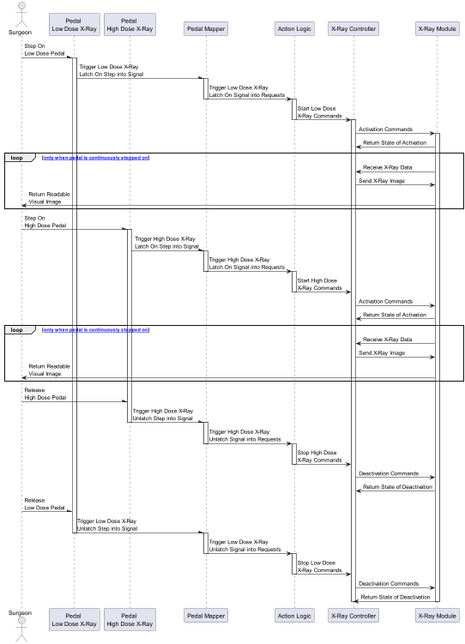
This is 4-uml/sequence-pedal-2.png from bartwc/SoftwareSystems, a PlantUML export, as it was before one commit. The source it was exported from:
```plantuml
@startuml sequence-pedal-2

actor "Surgeon" as actor_surgeon
participant "Pedal \nLow Dose X-Ray" as participant_pedal_low
participant "Pedal \nHigh Dose X-Ray" as participant_pedal_high
participant "Pedal Mapper" as participant_pedal_mapper

participant "Action Logic" as participant_act_log
participant "X-Ray Controller" as participant_xray_control

participant "X-Ray Module" as participant_xray_module

actor_surgeon -\ participant_pedal_low: Step On \nLow Dose Pedal
activate participant_pedal_low
participant_pedal_low -\ participant_pedal_mapper: Trigger Low Dose X-Ray \nLatch On Step into Signal
activate participant_pedal_mapper
participant_pedal_mapper -> participant_act_log: Trigger Low Dose X-Ray \nLatch On Signal into Requests
deactivate participant_pedal_mapper

activate participant_act_log
participant_act_log -> participant_xray_control: Start Low Dose \nX-Ray Commands
deactivate participant_act_log
activate participant_xray_control

participant_xray_control -> participant_xray_module: Activation Commands
activate participant_xray_module
participant_xray_control <- participant_xray_module: Return State of Activation

loop [[loop only when pedal is continuously stepped on]]
participant_xray_control <- participant_xray_module: Receive X-Ray Data
participant_xray_control -> participant_xray_module: Send X-Ray Image
actor_surgeon <- participant_xray_module: Return Readable \nVisual Image
end

actor_surgeon -\ participant_pedal_high: Step On \nHigh Dose Pedal
activate participant_pedal_high
participant_pedal_high -\ participant_pedal_mapper: Trigger High Dose X-Ray \nLatch On Step into Signal
activate participant_pedal_mapper
participant_pedal_mapper -> participant_act_log: Trigger High Dose X-Ray \nLatch On Signal into Requests
deactivate participant_pedal_mapper

activate participant_act_log
participant_act_log -> participant_xray_control: Start High Dose \nX-Ray Commands
deactivate participant_act_log

participant_xray_control -> participant_xray_module: Activation Commands
participant_xray_control <- participant_xray_module: Return State of Activation

loop [[loop only when pedal is continuously stepped on]]
participant_xray_control <- participant_xray_module: Receive X-Ray Data
participant_xray_control -> participant_xray_module: Send X-Ray Image
actor_surgeon <- participant_xray_module: Return Readable \nVisual Image
end

actor_surgeon -\ participant_pedal_high: Release \nHigh Dose Pedal
participant_pedal_high -\ participant_pedal_mapper: Trigger High Dose X-Ray \nUnlatch Step into Signal
deactivate participant_pedal_high
activate participant_pedal_mapper
participant_pedal_mapper -> participant_act_log: Trigger High Dose X-Ray \nUnlatch Signal into Requests
deactivate participant_pedal_mapper

activate participant_act_log
participant_act_log -> participant_xray_control: Stop High Dose \nX-Ray Commands
deactivate participant_act_log

participant_xray_control -> participant_xray_module: Deactivation Commands

participant_xray_control <- participant_xray_module: Return State of Deactivation

actor_surgeon -\ participant_pedal_low: Release \nLow Dose Pedal
participant_pedal_low -\ participant_pedal_mapper: Trigger Low Dose X-Ray \nUnlatch Step into Signal
deactivate participant_pedal_low
activate participant_pedal_mapper
participant_pedal_mapper -> participant_act_log: Trigger Low Dose X-Ray \nUnlatch Signal into Requests
deactivate participant_pedal_mapper

activate participant_act_log
participant_act_log -> participant_xray_control: Stop Low Dose \nX-Ray Commands
deactivate participant_act_log

participant_xray_control -> participant_xray_module: Deactivation Commands

participant_xray_control <- participant_xray_module: Return State of Deactivation
deactivate participant_xray_module
deactivate participant_xray_control

@enduml
```
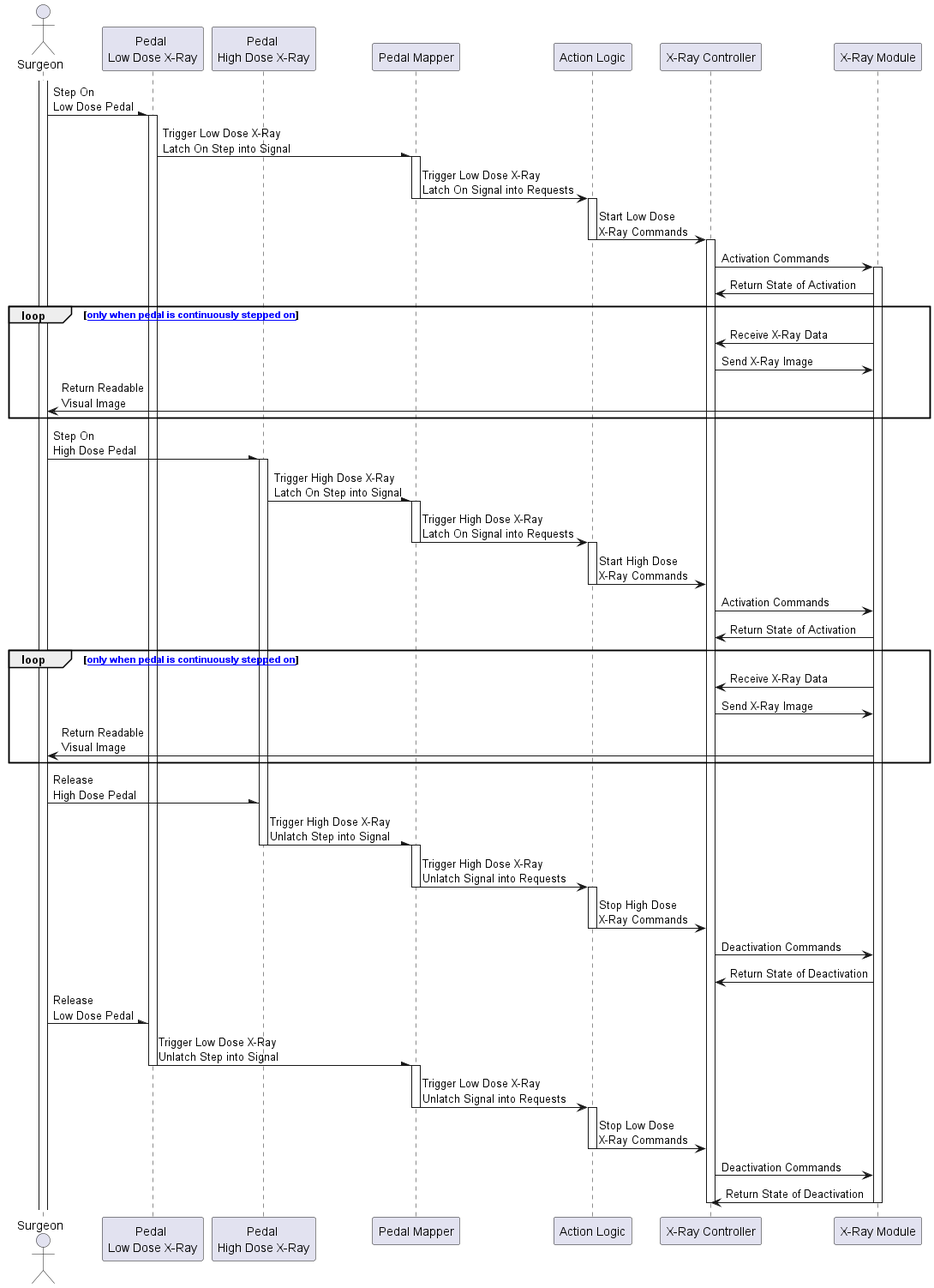
The same file after the commit.

Commit message:
Modified - Images for README (update sequence-pedal-2)

What changed in the source:
```diff
@@ -1,6 +1,7 @@
 @startuml sequence-pedal-2
 
 actor "Surgeon" as actor_surgeon
+activate actor_surgeon
 participant "Pedal \nLow Dose X-Ray" as participant_pedal_low
 participant "Pedal \nHigh Dose X-Ray" as participant_pedal_high
 participant "Pedal Mapper" as participant_pedal_mapper
```
